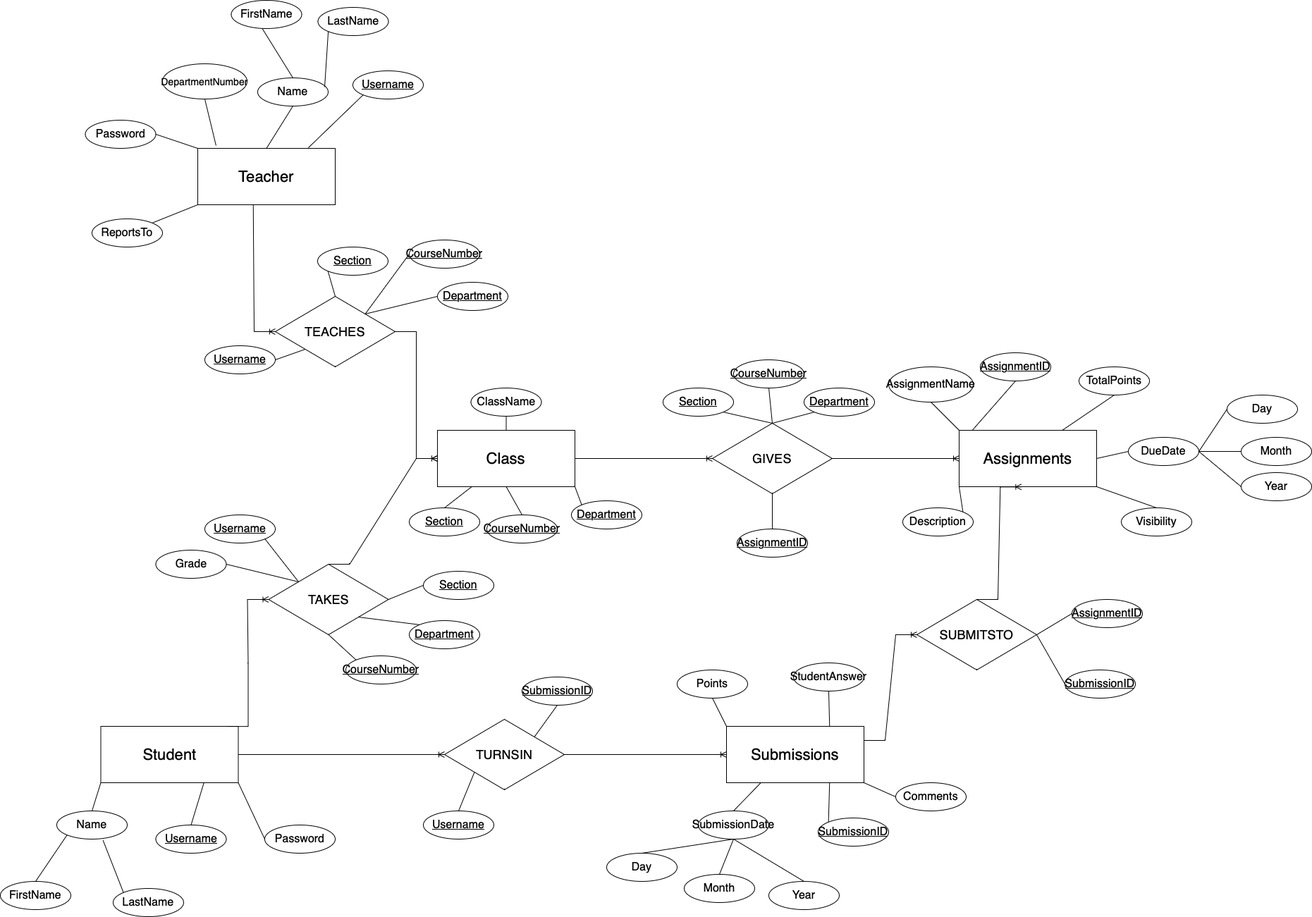
bbena99/DB_FP keeps this draw.io diagram as Documentation/erDiagramBenaWiesner.png. Above is the earlier version. Source tidied: cells renumbered, new cells last; positions are measured from the earlier drawing's top-left corner, leaving out a move shared by most shapes.
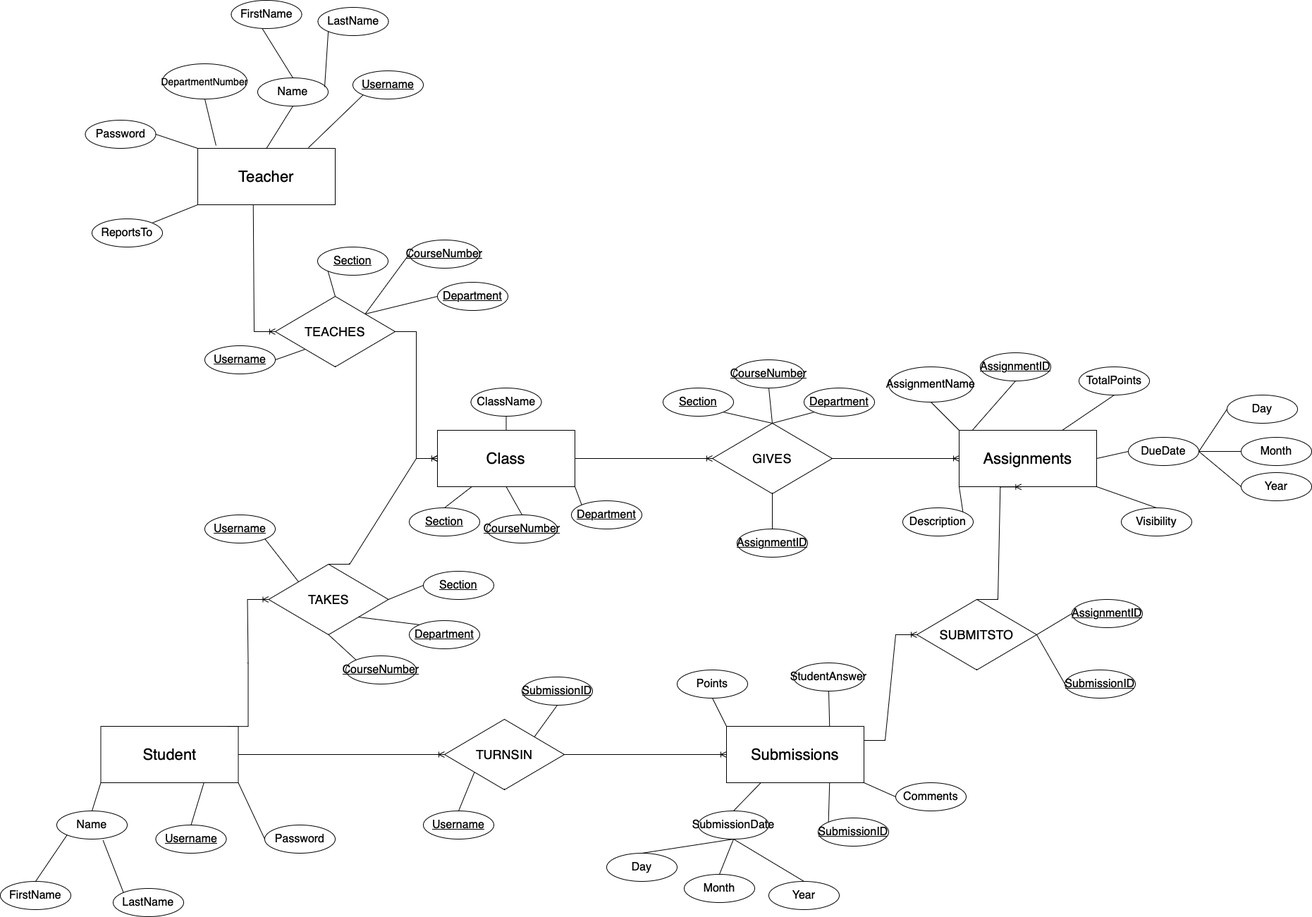
The same file after the commit.

What changed in the source:
```diff
@@ -161,12 +161,6 @@
     <mxCell id="50" value="&lt;font style=&quot;font-size: 16px;&quot;&gt;Department&lt;/font&gt;" style="ellipse;whiteSpace=wrap;html=1;align=center;fontStyle=4;" parent="1" vertex="1">
       <mxGeometry x="580" y="880" width="100" height="40" as="geometry" />
     </mxCell>
-    <mxCell id="51" value="&lt;font style=&quot;font-size: 16px;&quot;&gt;Grade&lt;/font&gt;" style="ellipse;whiteSpace=wrap;html=1;align=center;" parent="1" vertex="1">
-      <mxGeometry x="220.5" y="780" width="100" height="40" as="geometry" />
-    </mxCell>
-    <mxCell id="52" style="endArrow=none;html=1;rounded=0;exitX=1;exitY=0.5;exitDx=0;exitDy=0;entryX=0;entryY=0;entryDx=0;entryDy=0;" parent="1" edge="1" source="51" target="24">
-      <mxGeometry relative="1" as="geometry" />
-    </mxCell>
     <mxCell id="53" style="endArrow=none;html=1;rounded=0;exitX=1;exitY=1;exitDx=0;exitDy=0;entryX=0;entryY=0;entryDx=0;entryDy=0;" parent="1" edge="1" source="47" target="24">
       <mxGeometry relative="1" as="geometry" />
     </mxCell>
```
